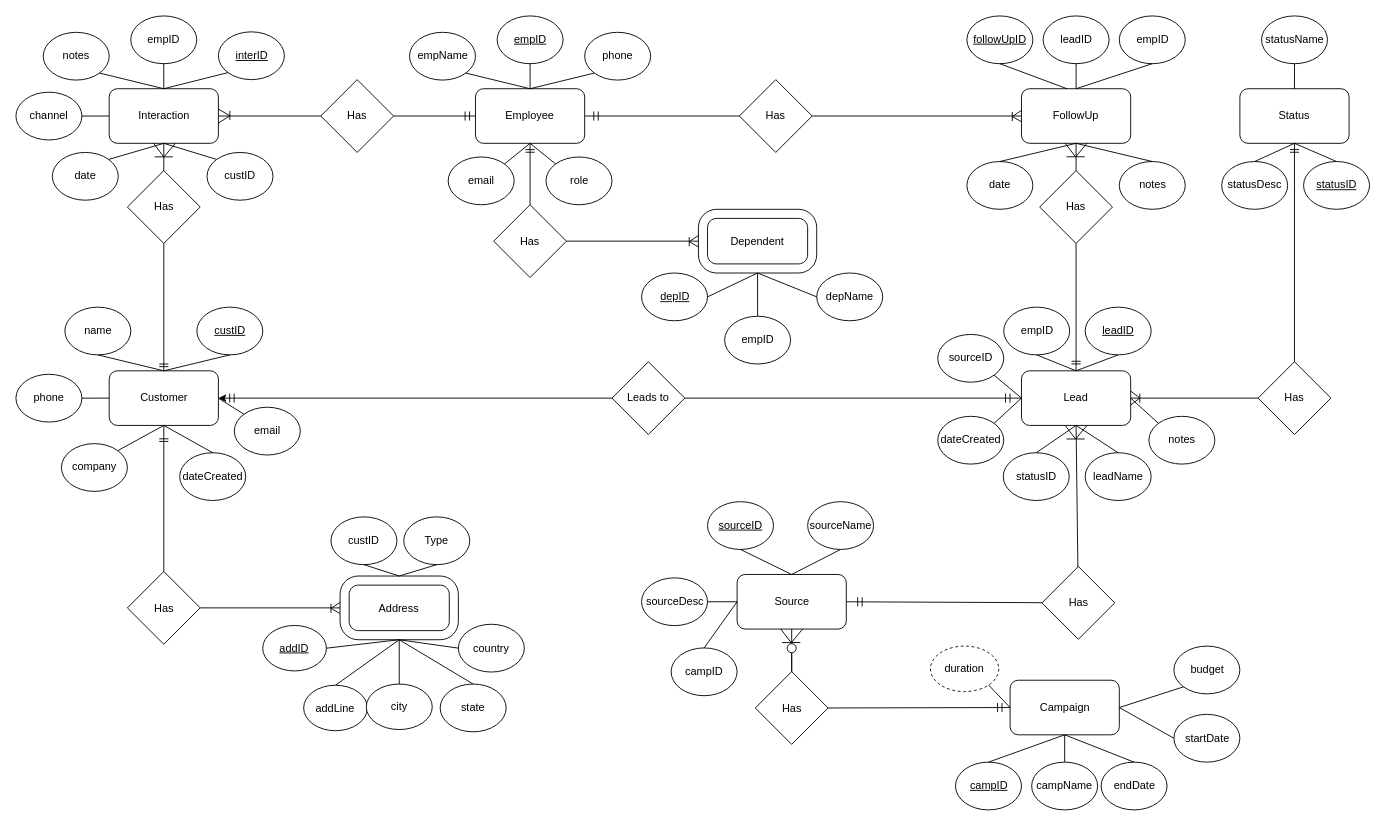
Above: DBproject.drawio in AnthonyEdward777/CRM-DBMS (draw.io), before the change. Source tidied: cells renumbered, new cells numbered last; positions are measured from the earlier drawing's top-left corner, leaving out a move shared by most shapes. Both pictures are drawn from the tidied source at 91%, with x=0, y=0 at pixel (15, 15).
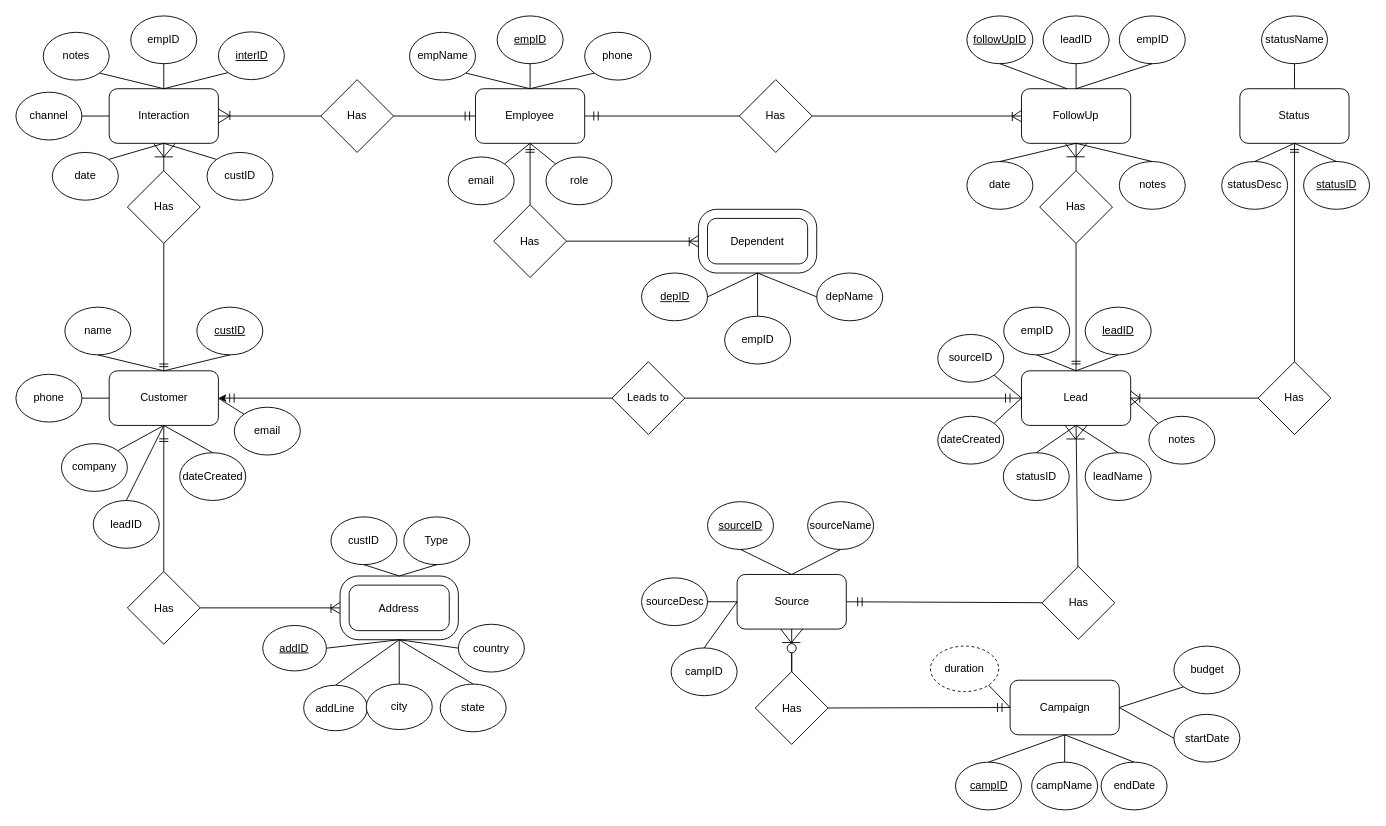
The same diagram, later.

Commit message (it also covers changes not shown here):
fixed data logic error

Unchanged cells that the change refers to:
```xml
<mxCell id="2" value="Customer" style="rounded=1;whiteSpace=wrap;html=1;" parent="1" vertex="1">
  <mxGeometry x="102.5" y="390" width="120" height="60" as="geometry" />
</mxCell>
```

Diff of the diagram source:
```diff
@@
+    <mxCell id="201" value="leadID" style="ellipse;whiteSpace=wrap;html=1;" parent="1" vertex="1">
+      <mxGeometry x="85" y="532.5" width="72.5" height="52.5" as="geometry" />
+    </mxCell>
+    <mxCell id="202" style="endArrow=none;html=1;rounded=0;entryX=0.5;entryY=1;entryDx=0;entryDy=0;exitX=0.5;exitY=0;exitDx=0;exitDy=0;" parent="1" edge="1" source="201" target="2">
+      <mxGeometry relative="1" as="geometry" />
+    </mxCell>
```
